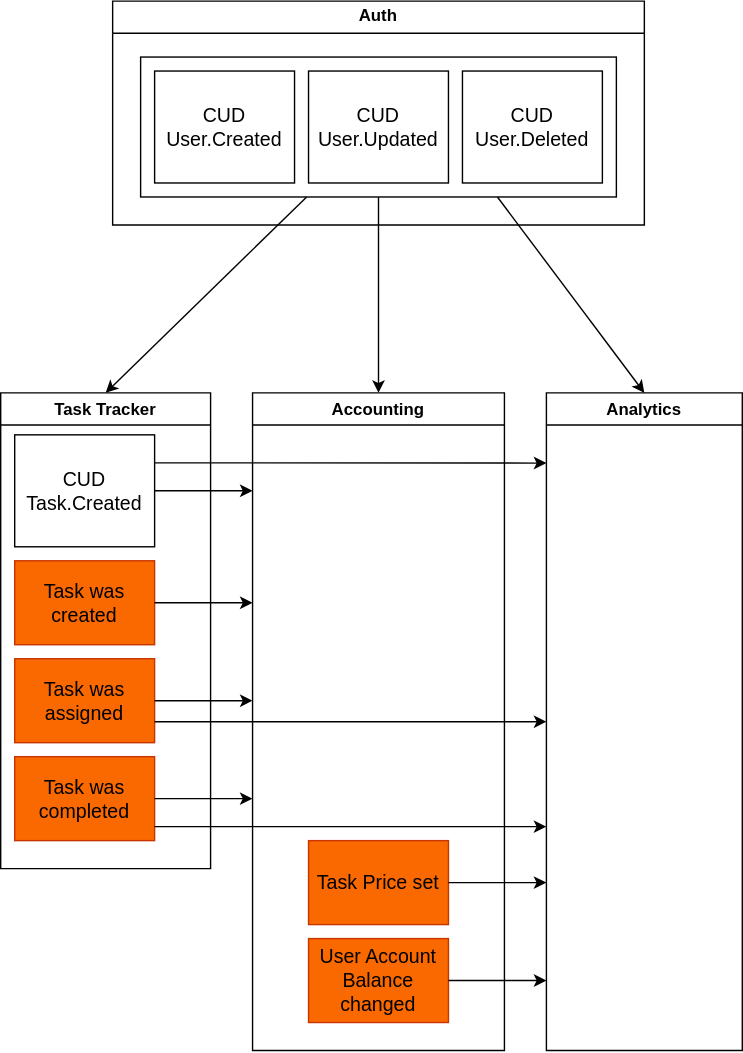
Before: communications.drawio.svg, a diagram exported from draw.io (d-ryzhykau/async-architecture). Source tidied: cells renumbered, new cells last; positions are measured from the earlier drawing's top-left corner, leaving out a move shared by most shapes.
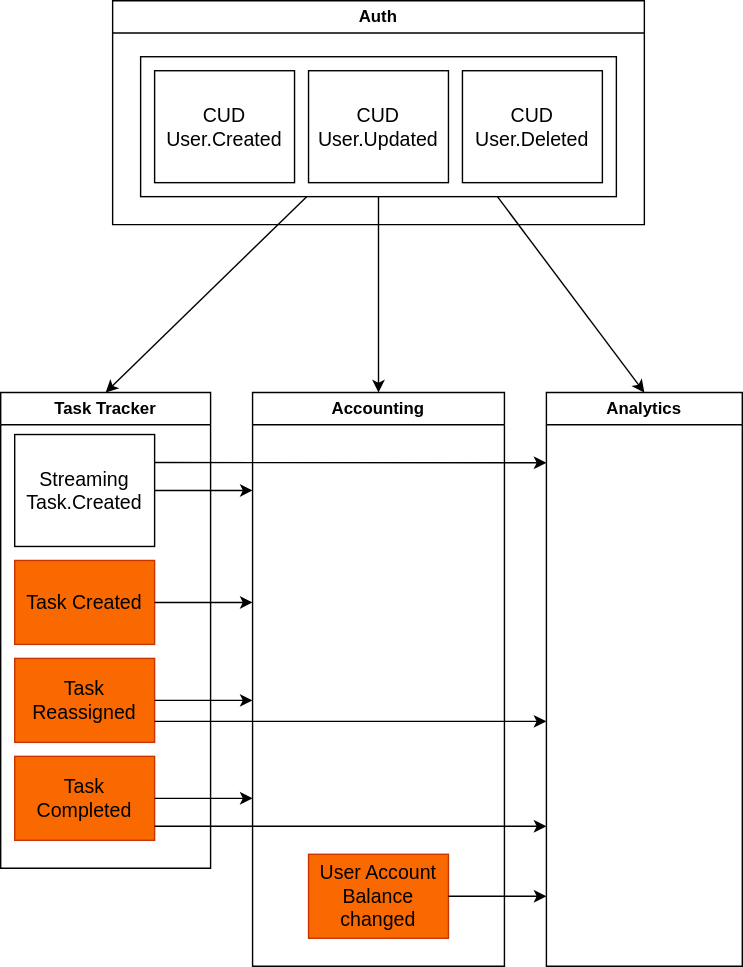
After the change.

Change to the diagram source:
```diff
@@ -20,29 +20,26 @@
     <mxCell id="7" value="Task Tracker" style="swimlane;whiteSpace=wrap;html=1;" parent="1" vertex="1">
       <mxGeometry y="280" width="150" height="340" as="geometry" />
     </mxCell>
-    <mxCell id="8" value="CUD&lt;br style=&quot;font-size: 14px;&quot;&gt;Task.Created" style="rounded=0;whiteSpace=wrap;html=1;fontSize=14;" parent="7" vertex="1">
+    <mxCell id="8" value="Streaming&lt;br style=&quot;font-size: 14px;&quot;&gt;Task.Created" style="rounded=0;whiteSpace=wrap;html=1;fontSize=14;" parent="7" vertex="1">
       <mxGeometry x="10" y="30" width="100" height="80" as="geometry" />
     </mxCell>
-    <mxCell id="9" value="Task was created" style="rounded=0;whiteSpace=wrap;html=1;fillColor=#fa6800;fontColor=#000000;strokeColor=#C73500;fontSize=14;" parent="7" vertex="1">
+    <mxCell id="9" value="Task Created" style="rounded=0;whiteSpace=wrap;html=1;fillColor=#fa6800;fontColor=#000000;strokeColor=#C73500;fontSize=14;" parent="7" vertex="1">
       <mxGeometry x="10" y="120" width="100" height="60" as="geometry" />
     </mxCell>
-    <mxCell id="10" value="Task was assigned" style="rounded=0;whiteSpace=wrap;html=1;fillColor=#fa6800;fontColor=#000000;strokeColor=#C73500;fontSize=14;" parent="7" vertex="1">
+    <mxCell id="10" value="Task Reassigned" style="rounded=0;whiteSpace=wrap;html=1;fillColor=#fa6800;fontColor=#000000;strokeColor=#C73500;fontSize=14;" parent="7" vertex="1">
       <mxGeometry x="10" y="190" width="100" height="60" as="geometry" />
     </mxCell>
-    <mxCell id="11" value="Task was completed" style="rounded=0;whiteSpace=wrap;html=1;fillColor=#fa6800;fontColor=#000000;strokeColor=#C73500;fontSize=14;" parent="7" vertex="1">
+    <mxCell id="11" value="Task Completed" style="rounded=0;whiteSpace=wrap;html=1;fillColor=#fa6800;fontColor=#000000;strokeColor=#C73500;fontSize=14;" parent="7" vertex="1">
       <mxGeometry x="10" y="260" width="100" height="60" as="geometry" />
     </mxCell>
     <mxCell id="12" value="Accounting" style="swimlane;whiteSpace=wrap;html=1;" parent="1" vertex="1">
-      <mxGeometry x="180" y="280" width="180" height="470" as="geometry" />
+      <mxGeometry x="180" y="280" width="180" height="410" as="geometry" />
     </mxCell>
-    <mxCell id="13" value="Task Price set" style="rounded=0;whiteSpace=wrap;html=1;fillColor=#fa6800;fontColor=#000000;strokeColor=#C73500;fontSize=14;" parent="12" vertex="1">
-      <mxGeometry x="40" y="320" width="100" height="60" as="geometry" />
-    </mxCell>
     <mxCell id="14" value="User Account Balance changed" style="rounded=0;whiteSpace=wrap;html=1;fillColor=#fa6800;fontColor=#000000;strokeColor=#C73500;fontSize=14;" parent="12" vertex="1">
-      <mxGeometry x="40" y="390" width="100" height="60" as="geometry" />
+      <mxGeometry x="40" y="330" width="100" height="60" as="geometry" />
     </mxCell>
     <mxCell id="15" value="Analytics" style="swimlane;whiteSpace=wrap;html=1;" parent="1" vertex="1">
-      <mxGeometry x="390" y="280" width="140" height="470" as="geometry" />
+      <mxGeometry x="390" y="280" width="140" height="410" as="geometry" />
     </mxCell>
     <mxCell id="16" style="edgeStyle=none;html=1;entryX=0.5;entryY=0;entryDx=0;entryDy=0;" parent="1" edge="1" source="3" target="7">
       <mxGeometry relative="1" as="geometry" />
@@ -88,11 +85,6 @@
         </Array>
       </mxGeometry>
     </mxCell>
-    <mxCell id="25" style="edgeStyle=orthogonalEdgeStyle;rounded=0;html=1;fontSize=14;" parent="1" edge="1" source="13">
-      <mxGeometry relative="1" as="geometry">
-        <mxPoint x="390" y="630" as="targetPoint" />
-      </mxGeometry>
-    </mxCell>
     <mxCell id="26" style="edgeStyle=orthogonalEdgeStyle;rounded=0;html=1;exitX=1;exitY=0.75;exitDx=0;exitDy=0;fontSize=14;" parent="1" edge="1" source="10">
       <mxGeometry relative="1" as="geometry">
         <mxPoint x="390" y="515" as="targetPoint" />
@@ -100,7 +92,7 @@
     </mxCell>
     <mxCell id="27" style="edgeStyle=orthogonalEdgeStyle;rounded=0;html=1;fontSize=14;" parent="1" edge="1" source="14">
       <mxGeometry relative="1" as="geometry">
-        <mxPoint x="390" y="700" as="targetPoint" />
+        <mxPoint x="390" y="640" as="targetPoint" />
       </mxGeometry>
     </mxCell>
   </root>
```
